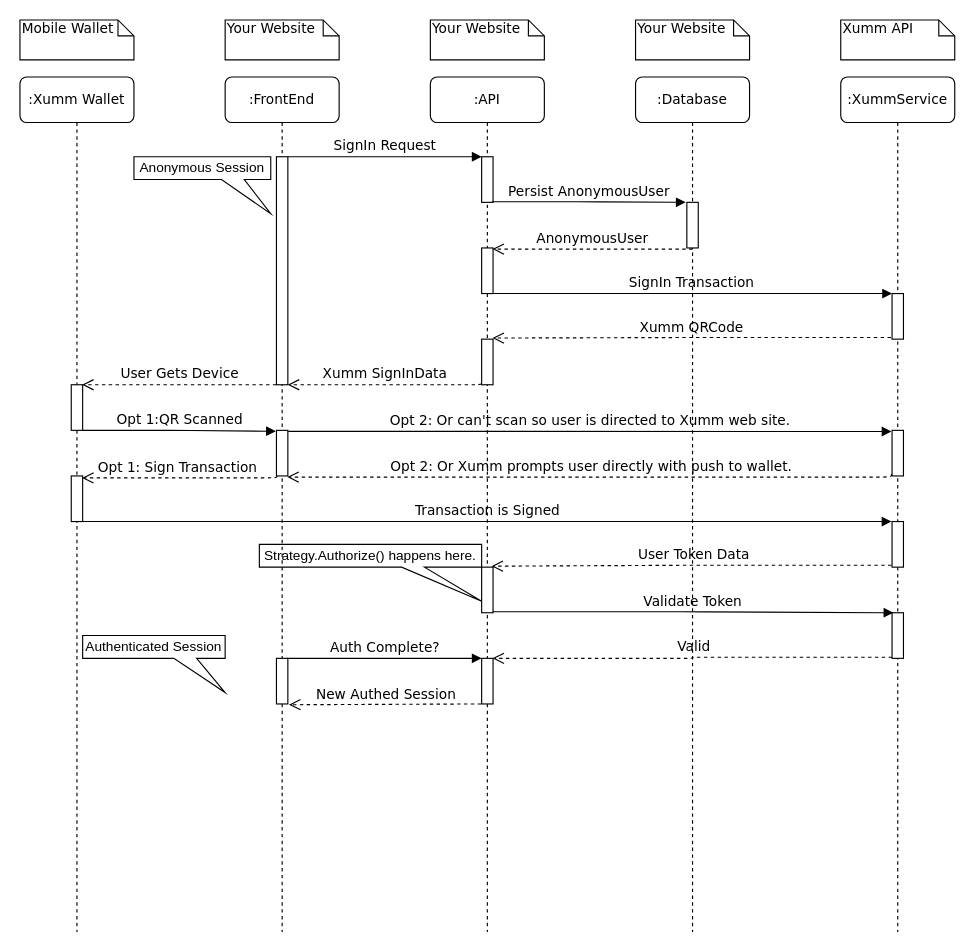
This is docs/E2E-Sequence.drawio from jfgrissom/passport-xumm, a draw.io file, before an edit. Source tidied: cells renumbered, new cells numbered last; positions are measured from the earlier drawing's top-left corner, leaving out a move shared by most shapes. Both pictures are drawn from the tidied source at 114%, with x=0, y=0 at pixel (19, 19).
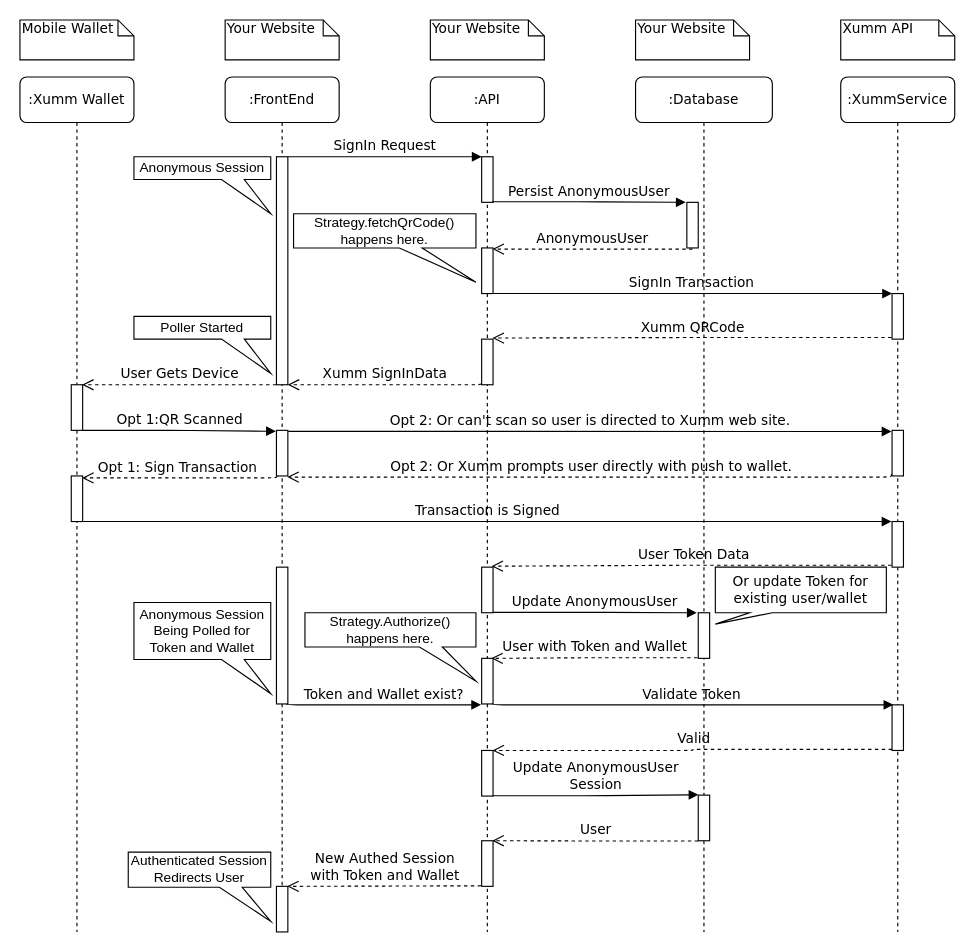
The same page after the edit.

Commit message (it also covers changes not shown here):
Added rendered image of sequence diagram.

Unchanged cells that the change refers to:
```xml
<mxCell id="2" value=":API" style="shape=umlLifeline;perimeter=lifelinePerimeter;whiteSpace=wrap;html=1;rounded=1;shadow=0;comic=0;labelBackgroundColor=none;strokeWidth=1;fontFamily=Verdana;fontSize=12;align=center;" parent="1" vertex="1">
  <mxGeometry x="360" y="50" width="100" height="750" as="geometry" />
</mxCell>
<mxCell id="4" style="html=1;points=[];perimeter=orthogonalPerimeter;rounded=0;shadow=0;comic=0;labelBackgroundColor=none;strokeWidth=1;fontFamily=Verdana;fontSize=12;align=center;" parent="2" vertex="1">
  <mxGeometry x="45" y="230" width="10" height="40" as="geometry" />
</mxCell>
<mxCell id="5" style="html=1;points=[];perimeter=orthogonalPerimeter;rounded=0;shadow=0;comic=0;labelBackgroundColor=none;strokeWidth=1;fontFamily=Verdana;fontSize=12;align=center;" parent="2" vertex="1">
  <mxGeometry x="45" y="430" width="10" height="40" as="geometry" />
</mxCell>
<mxCell id="10" value=":XummService" style="shape=umlLifeline;perimeter=lifelinePerimeter;whiteSpace=wrap;html=1;rounded=1;shadow=0;comic=0;labelBackgroundColor=none;strokeWidth=1;fontFamily=Verdana;fontSize=12;align=center;" parent="1" vertex="1">
  <mxGeometry x="720" y="50" width="100" height="750" as="geometry" />
</mxCell>
<mxCell id="11" style="html=1;points=[];perimeter=orthogonalPerimeter;rounded=0;shadow=0;comic=0;labelBackgroundColor=none;strokeWidth=1;fontFamily=Verdana;fontSize=12;align=center;" parent="10" vertex="1">
  <mxGeometry x="45" y="190" width="10" height="40" as="geometry" />
</mxCell>
<mxCell id="15" value=":FrontEnd" style="shape=umlLifeline;perimeter=lifelinePerimeter;whiteSpace=wrap;html=1;rounded=1;shadow=0;comic=0;labelBackgroundColor=none;strokeWidth=1;fontFamily=Verdana;fontSize=12;align=center;" parent="1" vertex="1">
  <mxGeometry x="180" y="50" width="100" height="750" as="geometry" />
</mxCell>
```

The edit, as a diff of the source:
```diff
@@
     <mxCell id="6" style="html=1;points=[];perimeter=orthogonalPerimeter;rounded=0;shadow=0;comic=0;labelBackgroundColor=none;strokeWidth=1;fontFamily=Verdana;fontSize=12;align=center;" parent="2" vertex="1">
-      <mxGeometry x="45" y="510" width="10" height="40" as="geometry" />
+      <mxGeometry x="45" y="590.8" width="10" height="40" as="geometry" />
     </mxCell>
-    <mxCell id="7" value="Auth Complete?" style="html=1;verticalAlign=bottom;endArrow=block;labelBackgroundColor=none;fontFamily=Verdana;fontSize=12;edgeStyle=elbowEdgeStyle;elbow=vertical;exitX=0.9;exitY=0;exitDx=0;exitDy=0;exitPerimeter=0;entryX=-0.05;entryY=0.021;entryDx=0;entryDy=0;entryPerimeter=0;" parent="2" edge="1" source="18">
-      <mxGeometry relative="1" as="geometry">
-        <mxPoint x="45" y="510.8" as="targetPoint" />
-      </mxGeometry>
-    </mxCell>
-    <mxCell id="8" value="Strategy.Authorize() happens here." style="shape=callout;whiteSpace=wrap;html=1;perimeter=calloutPerimeter;position2=1;size=30;position=0.64;base=20;" parent="2" vertex="1">
-      <mxGeometry x="-150" y="410" width="195" height="50" as="geometry" />
+    <mxCell id="8" value="Strategy.Authorize() happens here." style="shape=callout;whiteSpace=wrap;html=1;perimeter=calloutPerimeter;position2=1;size=30;position=0.67;base=20;" parent="2" vertex="1">
+      <mxGeometry x="-110" y="470" width="150" height="60" as="geometry" />
     </mxCell>
@@
+    <mxCell id="47" style="html=1;points=[];perimeter=orthogonalPerimeter;rounded=0;shadow=0;comic=0;labelBackgroundColor=none;strokeWidth=1;fontFamily=Verdana;fontSize=12;align=center;" parent="2" vertex="1">
+      <mxGeometry x="45" y="510" width="10" height="40" as="geometry" />
+    </mxCell>
+    <mxCell id="48" style="html=1;points=[];perimeter=orthogonalPerimeter;rounded=0;shadow=0;comic=0;labelBackgroundColor=none;strokeWidth=1;fontFamily=Verdana;fontSize=12;align=center;" parent="2" vertex="1">
+      <mxGeometry x="45" y="670" width="10" height="40" as="geometry" />
+    </mxCell>
@@
     <mxCell id="14" style="html=1;points=[];perimeter=orthogonalPerimeter;rounded=0;shadow=0;comic=0;labelBackgroundColor=none;strokeWidth=1;fontFamily=Verdana;fontSize=12;align=center;" parent="10" vertex="1">
-      <mxGeometry x="45" y="470" width="10" height="40" as="geometry" />
+      <mxGeometry x="45" y="550.8" width="10" height="40" as="geometry" />
     </mxCell>
@@
     <mxCell id="18" style="html=1;points=[];perimeter=orthogonalPerimeter;rounded=0;shadow=0;comic=0;labelBackgroundColor=none;strokeWidth=1;fontFamily=Verdana;fontSize=12;align=center;" parent="15" vertex="1">
-      <mxGeometry x="45" y="510" width="10" height="40" as="geometry" />
+      <mxGeometry x="45" y="710" width="10" height="40" as="geometry" />
     </mxCell>
@@
+    <mxCell id="49" style="html=1;points=[];perimeter=orthogonalPerimeter;rounded=0;shadow=0;comic=0;labelBackgroundColor=none;strokeWidth=1;fontFamily=Verdana;fontSize=12;align=center;" parent="15" vertex="1">
+      <mxGeometry x="45" y="430" width="10" height="120" as="geometry" />
+    </mxCell>
+    <mxCell id="50" value="Anonymous Session&lt;br&gt;Being Polled for Token and Wallet" style="shape=callout;whiteSpace=wrap;html=1;perimeter=calloutPerimeter;position2=1;size=30;position=0.64;base=20;" parent="15" vertex="1">
+      <mxGeometry x="-80" y="461" width="120" height="80" as="geometry" />
+    </mxCell>
@@
-    <mxCell id="26" value="Xumm QRCode" style="html=1;verticalAlign=bottom;endArrow=open;dashed=1;endSize=8;labelBackgroundColor=none;fontFamily=Verdana;fontSize=12;edgeStyle=elbowEdgeStyle;elbow=vertical;exitX=-0.095;exitY=0.964;exitDx=0;exitDy=0;exitPerimeter=0;entryX=0.952;entryY=-0.024;entryDx=0;entryDy=0;entryPerimeter=0;" parent="1" edge="1" source="11" target="4">
+    <mxCell id="26" value="Xumm QRCode" style="html=1;verticalAlign=bottom;endArrow=open;dashed=1;endSize=8;labelBackgroundColor=none;fontFamily=Verdana;fontSize=12;edgeStyle=elbowEdgeStyle;elbow=vertical;exitX=-0.048;exitY=0.964;exitDx=0;exitDy=0;exitPerimeter=0;entryX=0.952;entryY=-0.024;entryDx=0;entryDy=0;entryPerimeter=0;" parent="1" edge="1" source="11" target="4">
       <mxGeometry relative="1" as="geometry" />
     </mxCell>
@@
-    <mxCell id="38" value="Validate Token" style="html=1;verticalAlign=bottom;endArrow=block;labelBackgroundColor=none;fontFamily=Verdana;fontSize=12;edgeStyle=elbowEdgeStyle;elbow=vertical;entryX=0.117;entryY=0;entryDx=0;entryDy=0;entryPerimeter=0;exitX=0.95;exitY=0.979;exitDx=0;exitDy=0;exitPerimeter=0;" parent="1" edge="1" source="5" target="14">
-      <mxGeometry relative="1" as="geometry" />
+    <mxCell id="38" value="Validate Token" style="html=1;verticalAlign=bottom;endArrow=block;labelBackgroundColor=none;fontFamily=Verdana;fontSize=12;edgeStyle=elbowEdgeStyle;elbow=vertical;entryX=0.117;entryY=0;entryDx=0;entryDy=0;entryPerimeter=0;exitX=0.961;exitY=0.985;exitDx=0;exitDy=0;exitPerimeter=0;" parent="1" edge="1" source="47" target="14">
+      <mxGeometry relative="1" as="geometry">
+        <Array as="points">
+          <mxPoint x="460" y="600.8" />
+        </Array>
+      </mxGeometry>
     </mxCell>
@@
-    <mxCell id="40" value="New Authed Session" style="html=1;verticalAlign=bottom;endArrow=open;dashed=1;endSize=8;labelBackgroundColor=none;fontFamily=Verdana;fontSize=12;edgeStyle=elbowEdgeStyle;elbow=vertical;exitX=-0.05;exitY=1;exitDx=0;exitDy=0;exitPerimeter=0;entryX=1.1;entryY=0.995;entryDx=0;entryDy=0;entryPerimeter=0;" parent="1" edge="1" source="6" target="18">
+    <mxCell id="40" value="New Authed Session&lt;br&gt;with Token and Wallet" style="html=1;verticalAlign=bottom;endArrow=open;dashed=1;endSize=8;labelBackgroundColor=none;fontFamily=Verdana;fontSize=12;edgeStyle=elbowEdgeStyle;elbow=vertical;entryX=0.941;entryY=0.007;entryDx=0;entryDy=0;entryPerimeter=0;exitX=-0.048;exitY=0.988;exitDx=0;exitDy=0;exitPerimeter=0;" parent="1" edge="1" source="48" target="18">
       <mxGeometry x="-0.01" relative="1" as="geometry">
         <Array as="points">
-          <mxPoint x="331.8" y="600.7" />
-          <mxPoint x="187.3" y="702.3" />
-          <mxPoint x="197.3" y="602.3" />
+          <mxPoint x="320" y="760" />
+          <mxPoint x="187.3" y="783.2" />
+          <mxPoint x="197.3" y="683.2" />
         </Array>
       </mxGeometry>
     </mxCell>
-    <mxCell id="41" value="Authenticated Session" style="shape=callout;whiteSpace=wrap;html=1;perimeter=calloutPerimeter;position2=1;size=30;position=0.64;base=20;" parent="1" vertex="1">
-      <mxGeometry x="55" y="540" width="125" height="50" as="geometry" />
-    </mxCell>
     <mxCell id="42" value=":Database" style="shape=umlLifeline;perimeter=lifelinePerimeter;whiteSpace=wrap;html=1;rounded=1;shadow=0;comic=0;labelBackgroundColor=none;strokeWidth=1;fontFamily=Verdana;fontSize=12;align=center;" parent="1" vertex="1">
-      <mxGeometry x="540" y="50" width="100" height="750" as="geometry" />
+      <mxGeometry x="540" y="50" width="120" height="750" as="geometry" />
     </mxCell>
@@
+    <mxCell id="51" style="html=1;points=[];perimeter=orthogonalPerimeter;rounded=0;shadow=0;comic=0;labelBackgroundColor=none;strokeWidth=1;fontFamily=Verdana;fontSize=12;align=center;" parent="42" vertex="1">
+      <mxGeometry x="55" y="470" width="10" height="40" as="geometry" />
+    </mxCell>
+    <mxCell id="52" style="html=1;points=[];perimeter=orthogonalPerimeter;rounded=0;shadow=0;comic=0;labelBackgroundColor=none;strokeWidth=1;fontFamily=Verdana;fontSize=12;align=center;" parent="42" vertex="1">
+      <mxGeometry x="55" y="630" width="10" height="40" as="geometry" />
+    </mxCell>
@@
+    <mxCell id="53" value="Update AnonymousUser" style="html=1;verticalAlign=bottom;endArrow=block;labelBackgroundColor=none;fontFamily=Verdana;fontSize=12;edgeStyle=elbowEdgeStyle;elbow=horizontal;exitX=0.967;exitY=0.992;exitDx=0;exitDy=0;exitPerimeter=0;entryX=-0.133;entryY=0;entryDx=0;entryDy=0;entryPerimeter=0;" parent="1" edge="1" source="5" target="51">
+      <mxGeometry relative="1" as="geometry" />
+    </mxCell>
+    <mxCell id="54" value="User with Token and Wallet" style="html=1;verticalAlign=bottom;endArrow=open;dashed=1;endSize=8;labelBackgroundColor=none;fontFamily=Verdana;fontSize=12;edgeStyle=elbowEdgeStyle;elbow=vertical;entryX=0.843;entryY=0;entryDx=0;entryDy=0;entryPerimeter=0;exitX=-0.071;exitY=0.986;exitDx=0;exitDy=0;exitPerimeter=0;" parent="1" edge="1" source="51" target="47">
+      <mxGeometry x="-0.01" relative="1" as="geometry" />
+    </mxCell>
+    <mxCell id="55" value="Token and Wallet exist?" style="html=1;verticalAlign=bottom;endArrow=block;labelBackgroundColor=none;fontFamily=Verdana;fontSize=12;edgeStyle=elbowEdgeStyle;elbow=vertical;exitX=0.9;exitY=0.998;exitDx=0;exitDy=0;exitPerimeter=0;entryX=-0.048;entryY=1.012;entryDx=0;entryDy=0;entryPerimeter=0;" parent="1" edge="1" source="49" target="47">
+      <mxGeometry relative="1" as="geometry">
+        <Array as="points">
+          <mxPoint x="279.7" y="600.8" />
+        </Array>
+      </mxGeometry>
+    </mxCell>
+    <mxCell id="56" value="Strategy.fetchQrCode() happens here." style="shape=callout;whiteSpace=wrap;html=1;perimeter=calloutPerimeter;position2=1;size=30;position=0.58;base=20;" parent="1" vertex="1">
+      <mxGeometry x="240" y="170" width="160" height="60" as="geometry" />
+    </mxCell>
+    <mxCell id="57" value="Poller Started" style="shape=callout;whiteSpace=wrap;html=1;perimeter=calloutPerimeter;position2=1;size=30;position=0.64;base=20;" parent="1" vertex="1">
+      <mxGeometry x="100" y="260" width="120" height="50" as="geometry" />
+    </mxCell>
+    <mxCell id="58" value="&lt;span style=&quot;font-family: &amp;#34;verdana&amp;#34;&quot;&gt;Or update&amp;nbsp;&lt;/span&gt;&lt;span style=&quot;font-family: &amp;#34;verdana&amp;#34;&quot;&gt;Token for existing user/wallet&lt;/span&gt;" style="shape=callout;whiteSpace=wrap;html=1;perimeter=calloutPerimeter;position2=0;size=10;position=0.2;base=20;" parent="1" vertex="1">
+      <mxGeometry x="610" y="480" width="150" height="50" as="geometry" />
+    </mxCell>
+    <mxCell id="41" value="Authenticated Session&lt;br&gt;Redirects User" style="shape=callout;whiteSpace=wrap;html=1;perimeter=calloutPerimeter;position2=1;size=30;position=0.64;base=20;" parent="1" vertex="1">
+      <mxGeometry x="95" y="730" width="125" height="60.8" as="geometry" />
+    </mxCell>
+    <mxCell id="59" value="Update AnonymousUser &lt;br&gt;Session" style="html=1;verticalAlign=bottom;endArrow=block;labelBackgroundColor=none;fontFamily=Verdana;fontSize=12;edgeStyle=elbowEdgeStyle;elbow=horizontal;exitX=0.933;exitY=0.992;exitDx=0;exitDy=0;exitPerimeter=0;entryX=0.017;entryY=-0.008;entryDx=0;entryDy=0;entryPerimeter=0;" parent="1" edge="1" source="6" target="52">
+      <mxGeometry relative="1" as="geometry" />
+    </mxCell>
+    <mxCell id="60" value="User" style="html=1;verticalAlign=bottom;endArrow=open;dashed=1;endSize=8;labelBackgroundColor=none;fontFamily=Verdana;fontSize=12;edgeStyle=elbowEdgeStyle;elbow=horizontal;entryX=0.933;entryY=-0.001;entryDx=0;entryDy=0;entryPerimeter=0;exitX=-0.011;exitY=1.006;exitDx=0;exitDy=0;exitPerimeter=0;" parent="1" edge="1" source="52" target="48">
+      <mxGeometry x="-0.01" relative="1" as="geometry" />
+    </mxCell>
```
